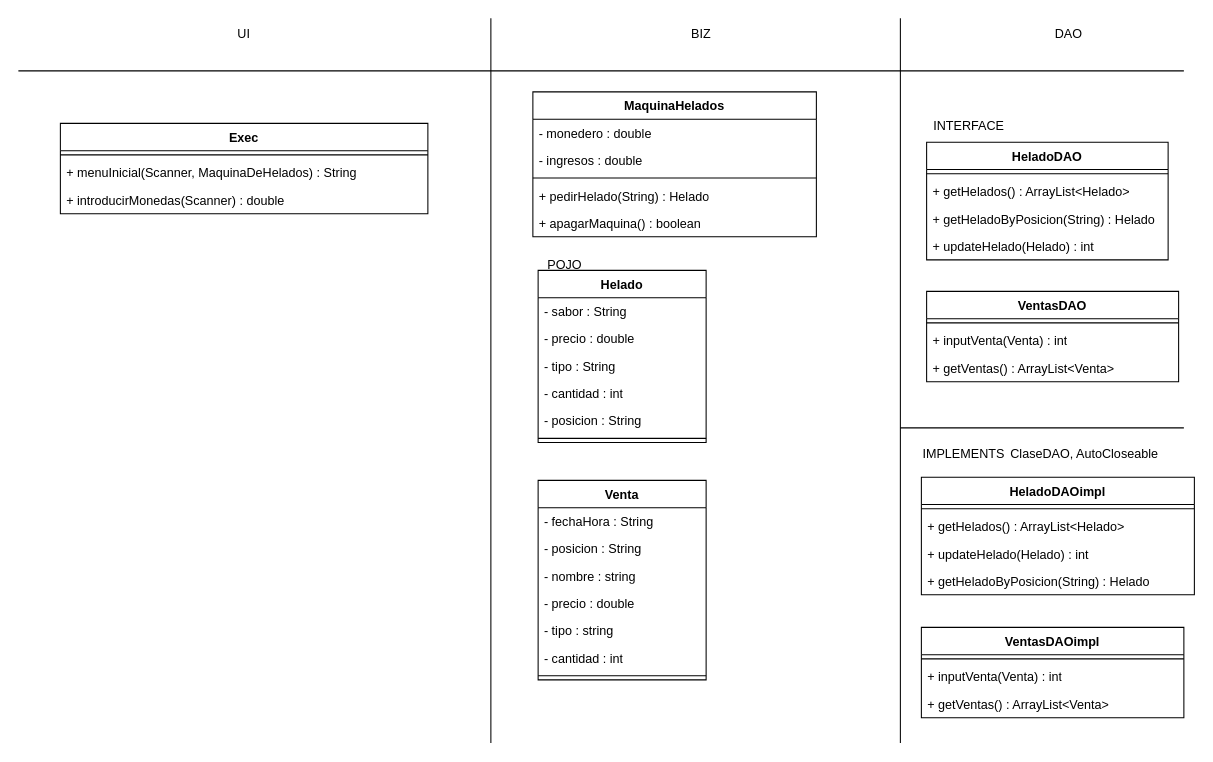
Before: MaquinaDeHeladoV6.drawio in gonzaga24/MaquinaHelados, a draw.io diagram. Source tidied: cells renumbered, new cells numbered last; positions are measured from the earlier drawing's top-left corner, leaving out a move shared by most shapes. Both pictures are drawn from the tidied source at 105%, with x=0, y=0 at pixel (18, 18).
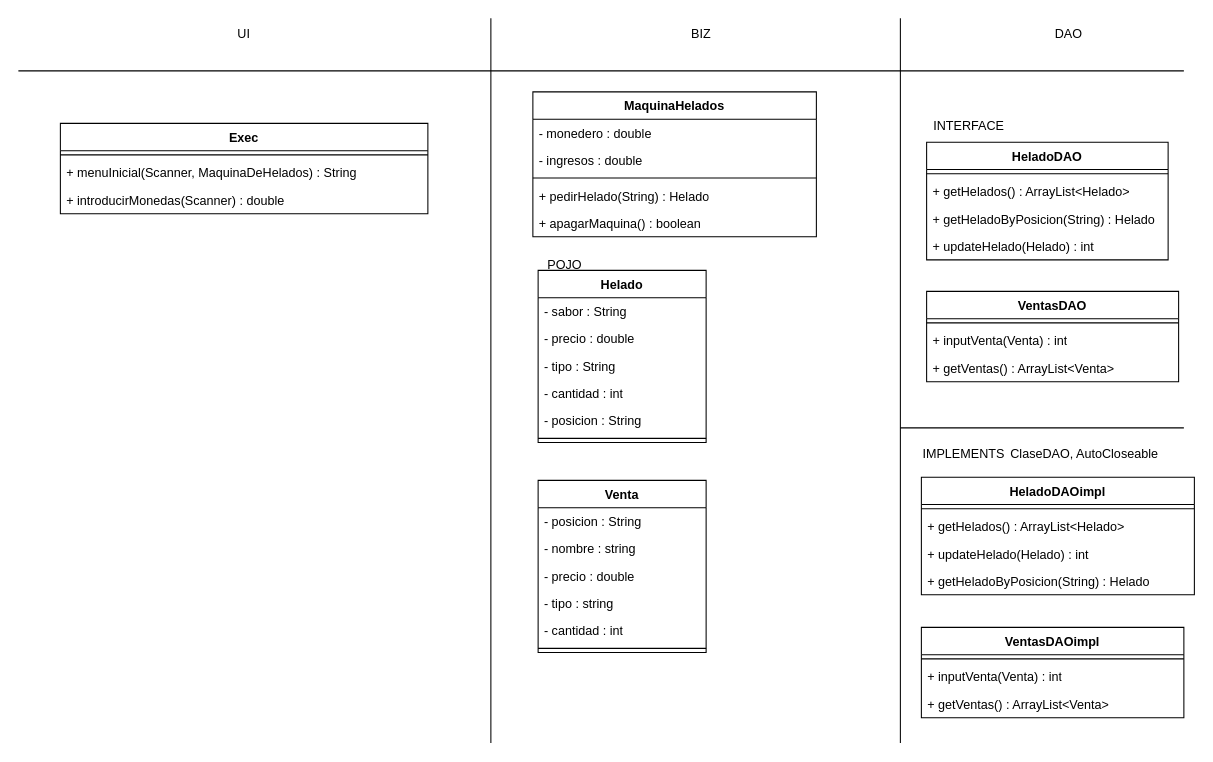
The same diagram, later.

Commit message:
Esquema UML modificado

Change to the diagram source:
```diff
@@
     <mxCell id="43" value="Venta" style="swimlane;fontStyle=1;align=center;verticalAlign=top;horizontal=1;startSize=26;whiteSpace=wrap;html=1;" parent="1" vertex="1">
-      <mxGeometry x="495" y="440" width="160" height="190" as="geometry" />
+      <mxGeometry x="495" y="440" width="160" height="164" as="geometry" />
     </mxCell>
-    <mxCell id="44" value="- fechaHora : String" style="text;strokeColor=none;fillColor=none;align=left;verticalAlign=top;spacingLeft=4;spacingRight=4;overflow=hidden;whiteSpace=wrap;html=1;" parent="43" vertex="1">
-      <mxGeometry y="26" width="160" height="26" as="geometry" />
-    </mxCell>
     <mxCell id="45" value="- posicion : String" style="text;strokeColor=none;fillColor=none;align=left;verticalAlign=top;spacingLeft=4;spacingRight=4;overflow=hidden;whiteSpace=wrap;html=1;" parent="43" vertex="1">
-      <mxGeometry y="52" width="160" height="26" as="geometry" />
+      <mxGeometry y="26" width="160" height="26" as="geometry" />
     </mxCell>
     <mxCell id="46" value="- nombre : string" style="text;strokeColor=none;fillColor=none;align=left;verticalAlign=top;spacingLeft=4;spacingRight=4;overflow=hidden;whiteSpace=wrap;html=1;" parent="43" vertex="1">
-      <mxGeometry y="78" width="160" height="26" as="geometry" />
+      <mxGeometry y="52" width="160" height="26" as="geometry" />
     </mxCell>
     <mxCell id="47" value="- precio : double" style="text;strokeColor=none;fillColor=none;align=left;verticalAlign=top;spacingLeft=4;spacingRight=4;overflow=hidden;whiteSpace=wrap;html=1;" parent="43" vertex="1">
-      <mxGeometry y="104" width="160" height="26" as="geometry" />
+      <mxGeometry y="78" width="160" height="26" as="geometry" />
     </mxCell>
     <mxCell id="48" value="- tipo : string" style="text;strokeColor=none;fillColor=none;align=left;verticalAlign=top;spacingLeft=4;spacingRight=4;overflow=hidden;whiteSpace=wrap;html=1;" parent="43" vertex="1">
-      <mxGeometry y="130" width="160" height="26" as="geometry" />
+      <mxGeometry y="104" width="160" height="26" as="geometry" />
     </mxCell>
     <mxCell id="49" value="- cantidad : int" style="text;strokeColor=none;fillColor=none;align=left;verticalAlign=top;spacingLeft=4;spacingRight=4;overflow=hidden;whiteSpace=wrap;html=1;" parent="43" vertex="1">
-      <mxGeometry y="156" width="160" height="26" as="geometry" />
+      <mxGeometry y="130" width="160" height="26" as="geometry" />
     </mxCell>
     <mxCell id="50" style="line;strokeWidth=1;fillColor=none;align=left;verticalAlign=middle;spacingTop=-1;spacingLeft=3;spacingRight=3;labelPosition=right;strokeColor=inherit;" parent="43" vertex="1">
-      <mxGeometry y="182" width="160" height="8" as="geometry" />
+      <mxGeometry y="156" width="160" height="8" as="geometry" />
     </mxCell>
```
